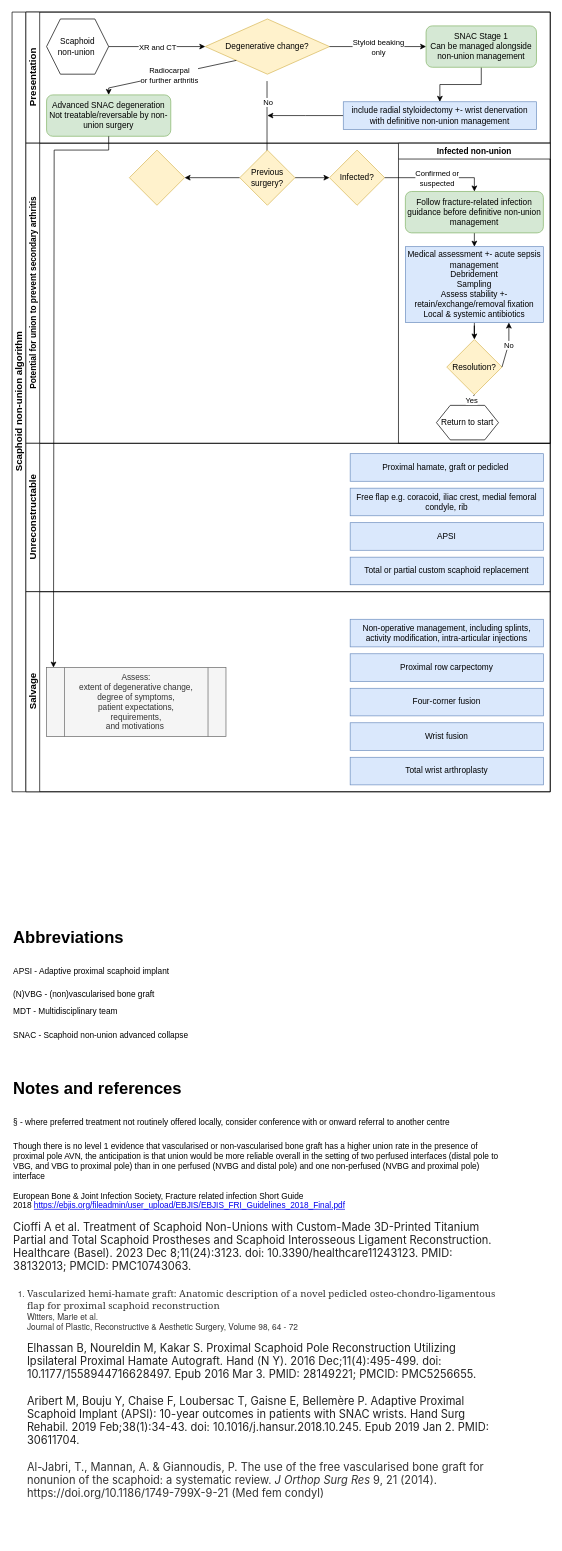
This is Untitled Diagram.drawio from garfjeld/handhub, a draw.io file, before an edit. Source tidied: cells renumbered, new cells numbered last; positions are measured from the earlier drawing's top-left corner, leaving out a move shared by most shapes. Both pictures are drawn from the tidied source at 69%, with x=0, y=0 at pixel (12, 12).
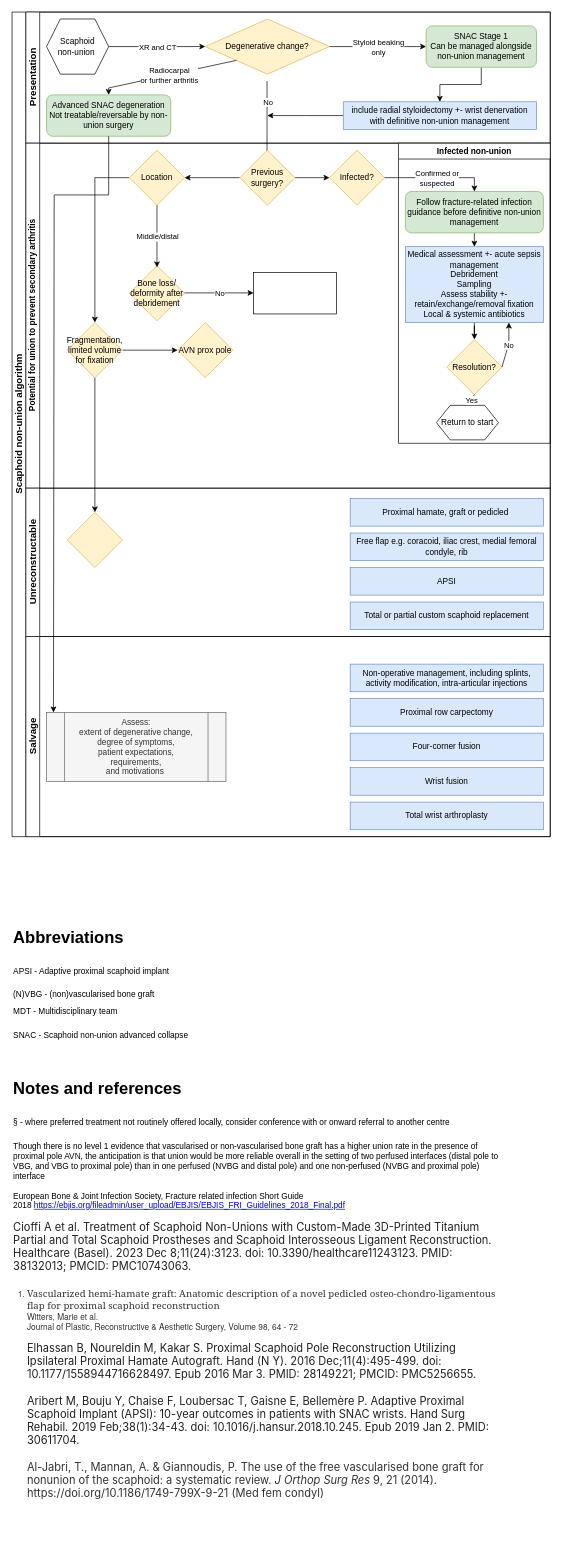
After the change.

Diff of the diagram source:
```diff
@@
     <mxCell id="2" value="Scaphoid non-union algorithm" style="swimlane;html=1;horizontal=0;startSize=20;fontSize=14;" parent="1" vertex="1">
-      <mxGeometry width="780" height="1130" as="geometry" />
+      <mxGeometry width="780" height="1195" as="geometry" />
     </mxCell>
@@
     <mxCell id="19" value="Potential for union to prevent secondary arthritis" style="swimlane;html=1;startSize=20;horizontal=0;" parent="2" vertex="1">
-      <mxGeometry x="20" y="190" width="760" height="435" as="geometry" />
+      <mxGeometry x="20" y="190" width="760" height="500" as="geometry" />
     </mxCell>
@@
+    <mxCell id="53" style="edgeStyle=orthogonalEdgeStyle;rounded=0;jettySize=auto;html=1;" parent="19" edge="1" source="37" target="59">
+      <mxGeometry relative="1" as="geometry" />
+    </mxCell>
-    <mxCell id="37" style="rhombus;whiteSpace=wrap;html=1;fillColor=#fff2cc;strokeColor=#d6b656;" parent="19" vertex="1">
+    <mxCell id="37" value="Location" style="rhombus;whiteSpace=wrap;html=1;fillColor=#fff2cc;strokeColor=#d6b656;" parent="19" vertex="1">
       <mxGeometry x="150" y="10" width="80" height="80" as="geometry" />
     </mxCell>
+    <mxCell id="54" value="Bone loss/&lt;div&gt;deformity after debridement&lt;/div&gt;" style="rhombus;whiteSpace=wrap;html=1;fillColor=#fff2cc;strokeColor=#d6b656;" parent="19" vertex="1">
+      <mxGeometry x="150" y="177.5" width="80" height="80" as="geometry" />
+    </mxCell>
+    <mxCell id="55" style="endArrow=classic;html=1;rounded=0;" parent="19" edge="1">
+      <mxGeometry relative="1" as="geometry">
+        <mxPoint x="230" y="217" as="sourcePoint" />
+        <mxPoint x="330" y="217" as="targetPoint" />
+      </mxGeometry>
+    </mxCell>
+    <mxCell id="56" value="No" style="edgeLabel;html=1;align=center;verticalAlign=middle;" parent="55" vertex="1">
+      <mxGeometry relative="1" as="geometry" />
+    </mxCell>
+    <mxCell id="57" style="rounded=0;whiteSpace=wrap;html=1;" parent="19" vertex="1">
+      <mxGeometry x="330" y="187.5" width="120" height="60" as="geometry" />
+    </mxCell>
+    <mxCell id="58" style="edgeStyle=orthogonalEdgeStyle;rounded=0;jettySize=auto;html=1;" parent="19" edge="1" source="59" target="60">
+      <mxGeometry relative="1" as="geometry" />
+    </mxCell>
+    <mxCell id="59" value="Fragmentation, limited volume for fixation" style="rhombus;whiteSpace=wrap;html=1;fillColor=#fff2cc;strokeColor=#d6b656;" parent="19" vertex="1">
+      <mxGeometry x="60" y="260" width="80" height="80" as="geometry" />
+    </mxCell>
+    <mxCell id="60" value="AVN prox pole" style="rhombus;whiteSpace=wrap;html=1;fillColor=#fff2cc;strokeColor=#d6b656;" parent="19" vertex="1">
+      <mxGeometry x="220" y="260" width="80" height="80" as="geometry" />
+    </mxCell>
     <mxCell id="38" value="Unreconstructable" style="swimlane;html=1;startSize=20;horizontal=0;fontSize=14;" parent="2" vertex="1">
-      <mxGeometry x="20" y="625" width="760" height="215" as="geometry" />
+      <mxGeometry x="20" y="690" width="760" height="215" as="geometry" />
     </mxCell>
@@
+    <mxCell id="61" style="rhombus;whiteSpace=wrap;html=1;fillColor=#fff2cc;strokeColor=#d6b656;" parent="38" vertex="1">
+      <mxGeometry x="60" y="35" width="80" height="80" as="geometry" />
+    </mxCell>
     <mxCell id="43" value="Salvage" style="swimlane;html=1;startSize=20;horizontal=0;fontSize=14;" parent="2" vertex="1">
-      <mxGeometry x="20" y="840" width="760" height="290" as="geometry" />
+      <mxGeometry x="20" y="905" width="760" height="290" as="geometry" />
     </mxCell>
@@
+    <mxCell id="62" style="edgeStyle=orthogonalEdgeStyle;rounded=0;jettySize=auto;html=1;" parent="2" edge="1" source="59" target="61">
+      <mxGeometry relative="1" as="geometry" />
+    </mxCell>
@@
+    <mxCell id="63" style="endArrow=classic;html=1;rounded=0;exitX=0.5;exitY=1;exitDx=0;exitDy=0;" parent="1" edge="1" source="37">
+      <mxGeometry relative="1" as="geometry">
+        <mxPoint x="210" y="370" as="targetPoint" />
+      </mxGeometry>
+    </mxCell>
+    <mxCell id="64" value="Middle/distal" style="edgeLabel;html=1;align=center;verticalAlign=middle;" parent="63" vertex="1">
+      <mxGeometry relative="1" as="geometry" />
+    </mxCell>
```
